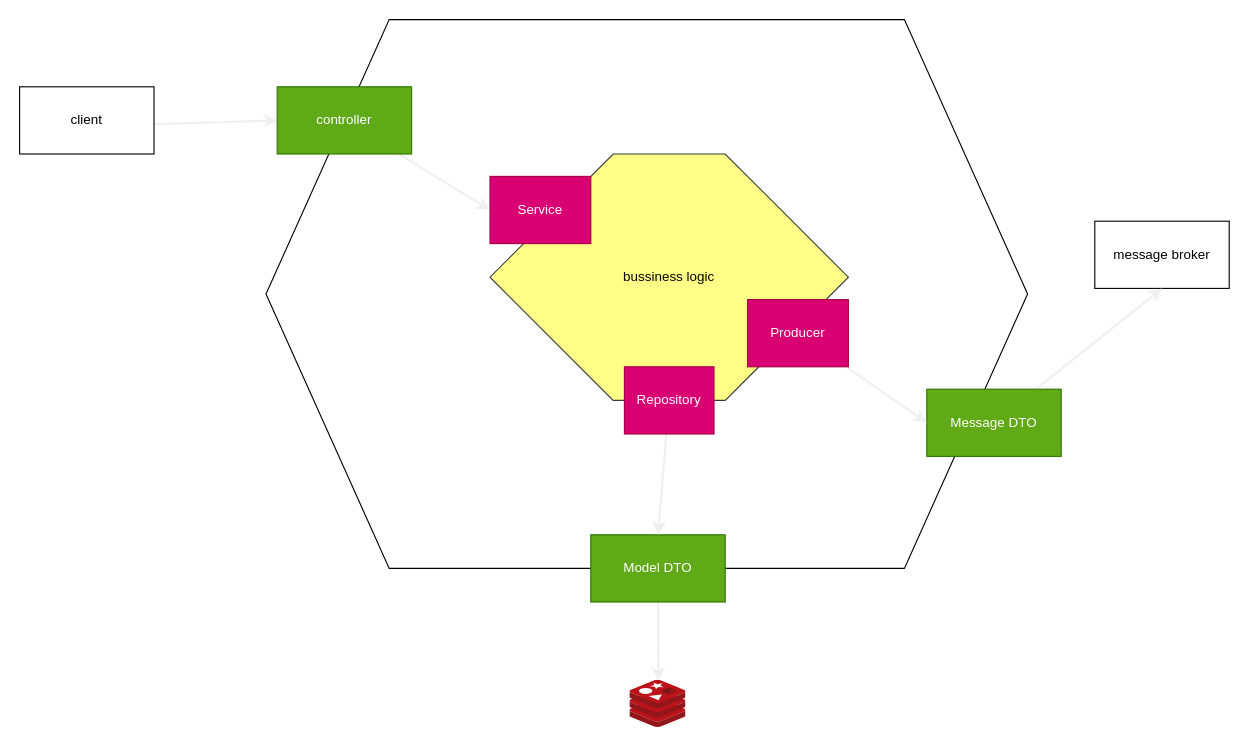
Above: diagrams/CartDiagram.drawio in abdo1819/MicroservicesTask (draw.io), before the change. Source tidied: cells renumbered, new cells numbered last; positions are measured from the earlier drawing's top-left corner, leaving out a move shared by most shapes. Both pictures are drawn from the tidied source at 112%, with x=0, y=0 at pixel (19, 19).
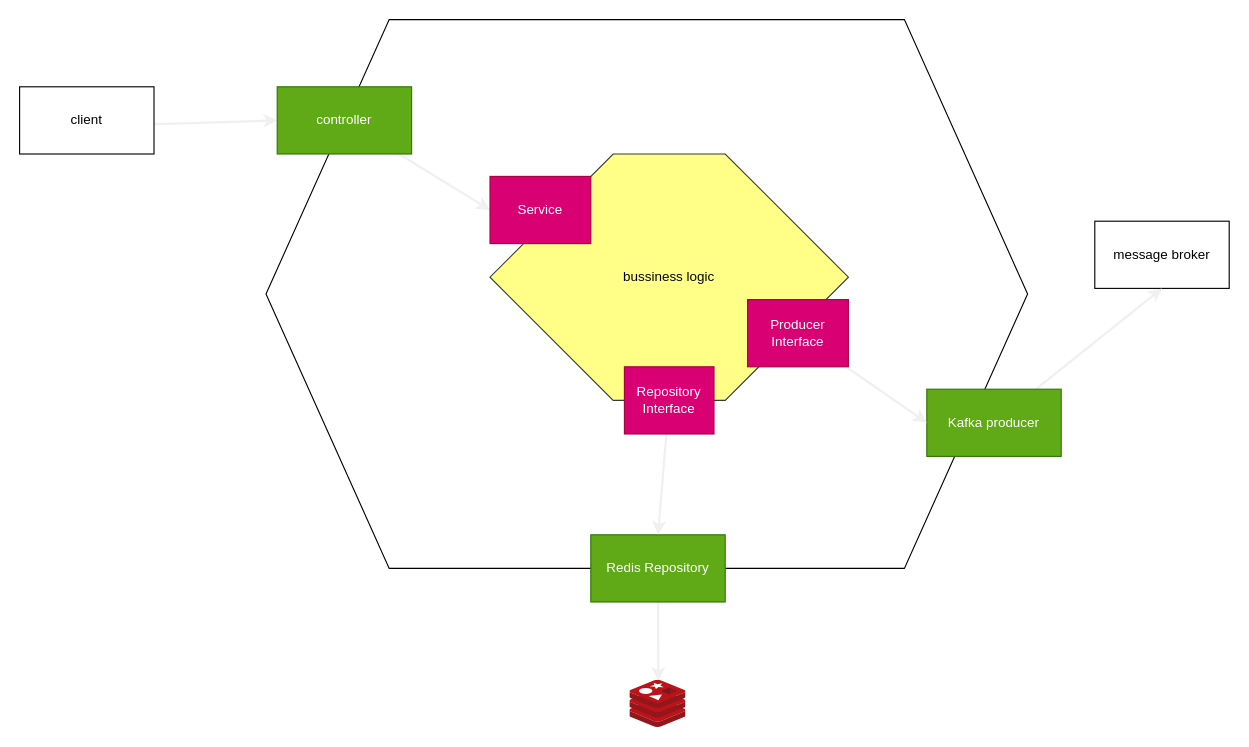
Above is the later version.

Change to the diagram source:
```diff
@@
 <mxGraphModel>
   <root>
     <mxCell id="0" />
     <mxCell id="1" parent="0" />
     <mxCell id="2" style="shape=hexagon;perimeter=hexagonPerimeter2;whiteSpace=wrap;html=1;fixedSize=1;size=110;" parent="1" vertex="1">
       <mxGeometry x="220" width="680" height="490" as="geometry" />
     </mxCell>
     <mxCell id="3" value="&lt;font color=&quot;#050505&quot;&gt;bussiness logic&lt;/font&gt;" style="shape=hexagon;perimeter=hexagonPerimeter2;whiteSpace=wrap;html=1;fixedSize=1;size=110;fillColor=#ffff88;strokeColor=#36393d;" parent="1" vertex="1">
       <mxGeometry x="420" y="120" width="320" height="220" as="geometry" />
     </mxCell>
     <mxCell id="4" style="edgeStyle=none;html=1;entryX=0;entryY=0.5;entryDx=0;entryDy=0;strokeColor=#F0F0F0;strokeWidth=2;" parent="1" edge="1" target="6">
       <mxGeometry relative="1" as="geometry">
         <mxPoint x="85" y="94.5" as="sourcePoint" />
       </mxGeometry>
     </mxCell>
     <mxCell id="5" style="edgeStyle=none;html=1;entryX=0;entryY=0.5;entryDx=0;entryDy=0;strokeColor=#F0F0F0;strokeWidth=2;" parent="1" edge="1" source="6" target="18">
       <mxGeometry relative="1" as="geometry" />
     </mxCell>
     <mxCell id="6" value="controller" style="rounded=0;whiteSpace=wrap;html=1;fillColor=#60a917;fontColor=#ffffff;strokeColor=#2D7600;" parent="1" vertex="1">
       <mxGeometry x="230" y="60" width="120" height="60" as="geometry" />
     </mxCell>
     <mxCell id="7" value="client" style="rounded=0;whiteSpace=wrap;html=1;" parent="1" vertex="1">
       <mxGeometry y="60" width="120" height="60" as="geometry" />
     </mxCell>
     <mxCell id="8" value="message broker" style="rounded=0;whiteSpace=wrap;html=1;" parent="1" vertex="1">
       <mxGeometry x="960" y="180" width="120" height="60" as="geometry" />
     </mxCell>
     <mxCell id="9" style="edgeStyle=none;html=1;entryX=0.5;entryY=1;entryDx=0;entryDy=0;strokeColor=#F0F0F0;strokeWidth=2;" parent="1" edge="1" source="10" target="8">
       <mxGeometry relative="1" as="geometry" />
     </mxCell>
-    <mxCell id="10" value="Message DTO" style="rounded=0;whiteSpace=wrap;html=1;fillColor=#60a917;fontColor=#ffffff;strokeColor=#2D7600;" parent="1" vertex="1">
+    <mxCell id="10" value="Kafka producer" style="rounded=0;whiteSpace=wrap;html=1;fillColor=#60a917;fontColor=#ffffff;strokeColor=#2D7600;" parent="1" vertex="1">
       <mxGeometry x="810" y="330" width="120" height="60" as="geometry" />
     </mxCell>
     <mxCell id="11" style="edgeStyle=none;html=1;entryX=0;entryY=0.5;entryDx=0;entryDy=0;strokeColor=#F0F0F0;strokeWidth=2;" parent="1" edge="1" source="12" target="10">
       <mxGeometry relative="1" as="geometry" />
     </mxCell>
-    <mxCell id="12" value="Producer" style="rounded=0;whiteSpace=wrap;html=1;fillColor=#d80073;strokeColor=#A50040;fontColor=#ffffff;" parent="1" vertex="1">
+    <mxCell id="12" value="Producer&lt;br&gt;Interface" style="rounded=0;whiteSpace=wrap;html=1;fillColor=#d80073;strokeColor=#A50040;fontColor=#ffffff;" parent="1" vertex="1">
       <mxGeometry x="650" y="250" width="90" height="60" as="geometry" />
     </mxCell>
     <mxCell id="13" style="edgeStyle=none;html=1;entryX=0.506;entryY=0.013;entryDx=0;entryDy=0;entryPerimeter=0;strokeColor=#F0F0F0;strokeWidth=2;" parent="1" edge="1" source="14" target="15">
       <mxGeometry relative="1" as="geometry" />
     </mxCell>
-    <mxCell id="14" value="Model DTO" style="rounded=0;whiteSpace=wrap;html=1;fillColor=#60a917;fontColor=#ffffff;strokeColor=#2D7600;" parent="1" vertex="1">
+    <mxCell id="14" value="Redis Repository" style="rounded=0;whiteSpace=wrap;html=1;fillColor=#60a917;fontColor=#ffffff;strokeColor=#2D7600;" parent="1" vertex="1">
       <mxGeometry x="510" y="460" width="120" height="60" as="geometry" />
     </mxCell>
     <mxCell id="15" style="sketch=0;html=1;points=[];align=center;image;fontSize=12;image=img/lib/mscae/Cache_Redis_Product.svg;" parent="1" vertex="1">
       <mxGeometry x="545" y="590" width="50" height="42" as="geometry" />
     </mxCell>
     <mxCell id="16" style="edgeStyle=none;html=1;entryX=0.5;entryY=0;entryDx=0;entryDy=0;strokeColor=#F0F0F0;strokeWidth=2;" parent="1" edge="1" source="17" target="14">
       <mxGeometry relative="1" as="geometry" />
     </mxCell>
-    <mxCell id="17" value="Repository" style="rounded=0;whiteSpace=wrap;html=1;fillColor=#d80073;strokeColor=#A50040;fontColor=#ffffff;" parent="1" vertex="1">
+    <mxCell id="17" value="Repository&lt;br&gt;Interface" style="rounded=0;whiteSpace=wrap;html=1;fillColor=#d80073;strokeColor=#A50040;fontColor=#ffffff;" parent="1" vertex="1">
       <mxGeometry x="540" y="310" width="80" height="60" as="geometry" />
     </mxCell>
     <mxCell id="18" value="Service" style="rounded=0;whiteSpace=wrap;html=1;fillColor=#d80073;strokeColor=#A50040;fontColor=#ffffff;" parent="1" vertex="1">
       <mxGeometry x="420" y="140" width="90" height="60" as="geometry" />
     </mxCell>
   </root>
 </mxGraphModel>
```
